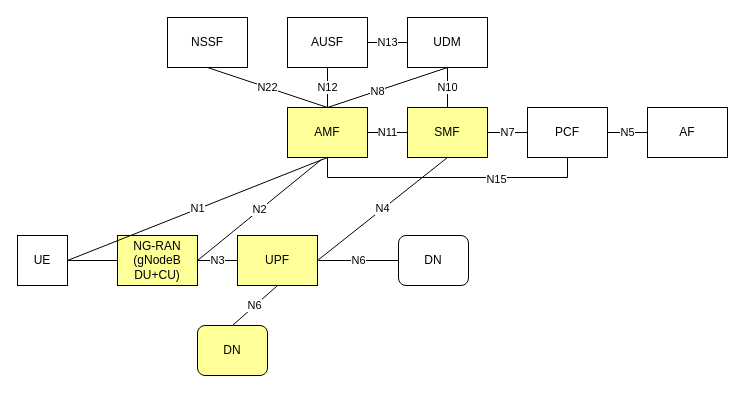
IntelSmartEdge/docs keeps this draw.io diagram as experience-kits/images/pwek/pwek-3gpp.drawio. Above is the earlier version. Source tidied: cells renumbered, new cells numbered last; positions are measured from the earlier drawing's top-left corner, leaving out a move shared by most shapes. Both pictures are drawn from the tidied source at 100%, with x=0, y=0 at pixel (17, 17).
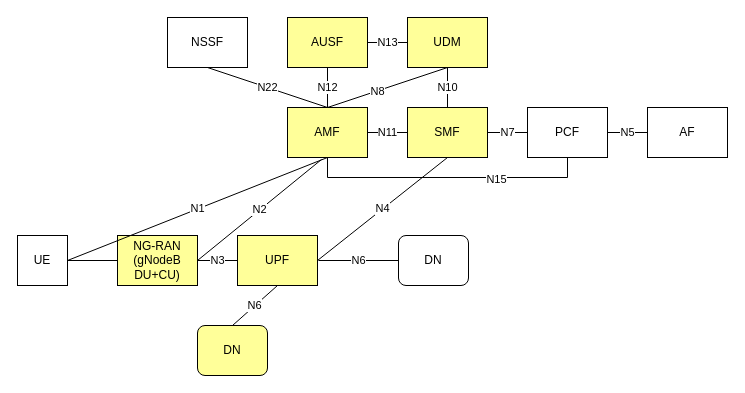
The same page after the edit.

What changed in the source:
```diff
@@
-    <mxCell id="3" value="AUSF" style="rounded=0;whiteSpace=wrap;html=1;" parent="1" vertex="1">
+    <mxCell id="3" value="AUSF" style="rounded=0;whiteSpace=wrap;html=1;fillColor=#FFFF99;" parent="1" vertex="1">
       <mxGeometry x="270" width="80" height="50" as="geometry" />
     </mxCell>
-    <mxCell id="4" value="UDM" style="rounded=0;whiteSpace=wrap;html=1;" parent="1" vertex="1">
+    <mxCell id="4" value="UDM" style="rounded=0;whiteSpace=wrap;html=1;fillColor=#FFFF99;" parent="1" vertex="1">
       <mxGeometry x="390" width="80" height="50" as="geometry" />
     </mxCell>
```
